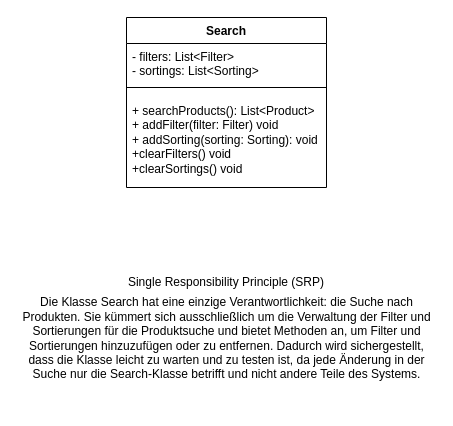
Before: doc/class-diagrams/search-service.drawio in lucariebel/online-shop, a draw.io diagram. Source tidied: cells renumbered, new cells numbered last; positions are measured from the earlier drawing's top-left corner, leaving out a move shared by most shapes. Both pictures are drawn from the tidied source at 100%, with x=0, y=0 at pixel (16, 17).
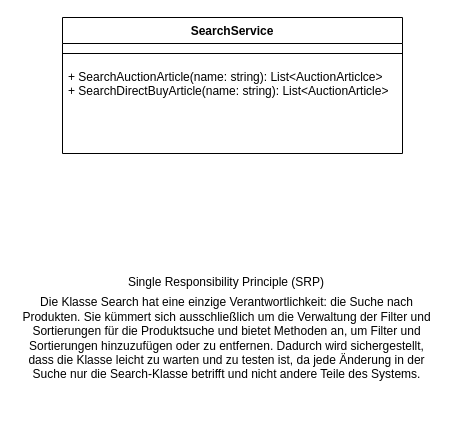
The same diagram, later.

Diff of the diagram source:
```diff
@@
 <mxGraphModel>
   <root>
     <mxCell id="0" />
     <mxCell id="1" parent="0" />
-    <mxCell id="2" value="Search" style="swimlane;fontStyle=1;align=center;verticalAlign=top;horizontal=1;startSize=26;whiteSpace=wrap;html=1;" parent="1" vertex="1">
-      <mxGeometry x="110" width="200" height="170" as="geometry" />
+    <mxCell id="2" value="SearchService" style="swimlane;fontStyle=1;align=center;verticalAlign=top;horizontal=1;startSize=26;whiteSpace=wrap;html=1;" parent="1" vertex="1">
+      <mxGeometry x="46" width="340" height="136" as="geometry" />
     </mxCell>
-    <mxCell id="3" value="- filters: List&amp;lt;Filter&amp;gt;&lt;br&gt;- sortings: List&amp;lt;Sorting&amp;gt;" style="text;strokeColor=none;fillColor=none;align=left;verticalAlign=top;spacingLeft=4;spacingRight=4;overflow=hidden;whiteSpace=wrap;html=1;" parent="2" vertex="1">
-      <mxGeometry y="26" width="200" height="34" as="geometry" />
-    </mxCell>
     <mxCell id="4" style="line;strokeWidth=1;fillColor=none;align=left;verticalAlign=middle;spacingTop=-1;spacingLeft=3;spacingRight=3;labelPosition=right;strokeColor=inherit;" parent="2" vertex="1">
-      <mxGeometry y="60" width="200" height="20" as="geometry" />
+      <mxGeometry y="26" width="340" height="20" as="geometry" />
     </mxCell>
-    <mxCell id="5" value="+ searchProducts(): List&amp;lt;Product&amp;gt;&lt;div&gt;+ addFilter(filter: Filter) void&lt;/div&gt;&lt;div&gt;+ addSorting(sorting: Sorting): void&lt;/div&gt;&lt;div&gt;+clearFilters() void&lt;/div&gt;&lt;div&gt;+clearSortings() void&lt;/div&gt;&lt;div&gt;&lt;br&gt;&lt;/div&gt;" style="text;strokeColor=none;fillColor=none;align=left;verticalAlign=top;spacingLeft=4;spacingRight=4;overflow=hidden;whiteSpace=wrap;html=1;" parent="2" vertex="1">
-      <mxGeometry y="80" width="200" height="90" as="geometry" />
+    <mxCell id="5" value="+ SearchAuctionArticle(name: string): List&amp;lt;AuctionArticlce&amp;gt;&lt;div&gt;+ SearchDirectBuyArticle(name: string): List&amp;lt;AuctionArticle&amp;gt;&lt;/div&gt;" style="text;strokeColor=none;fillColor=none;align=left;verticalAlign=top;spacingLeft=4;spacingRight=4;overflow=hidden;whiteSpace=wrap;html=1;" parent="2" vertex="1">
+      <mxGeometry y="46" width="340" height="90" as="geometry" />
     </mxCell>
     <mxCell id="6" value="Single Responsibility Principle (SRP)" style="text;align=center;verticalAlign=middle;whiteSpace=wrap;rounded=0;" parent="1" vertex="1">
       <mxGeometry x="75" y="250" width="270" height="30" as="geometry" />
     </mxCell>
     <mxCell id="7" value="Die Klasse Search hat eine einzige Verantwortlichkeit: die Suche nach Produkten. Sie kümmert sich ausschließlich um die Verwaltung der Filter und Sortierungen für die Produktsuche und bietet Methoden an, um Filter und Sortierungen hinzuzufügen oder zu entfernen. Dadurch wird sichergestellt, dass die Klasse leicht zu warten und zu testen ist, da jede Änderung in der Suche nur die Search-Klasse betrifft und nicht andere Teile des Systems." style="text;align=center;verticalAlign=middle;whiteSpace=wrap;rounded=0;" parent="1" vertex="1">
       <mxGeometry x="0.5" y="251" width="419" height="140" as="geometry" />
     </mxCell>
   </root>
 </mxGraphModel>
```
